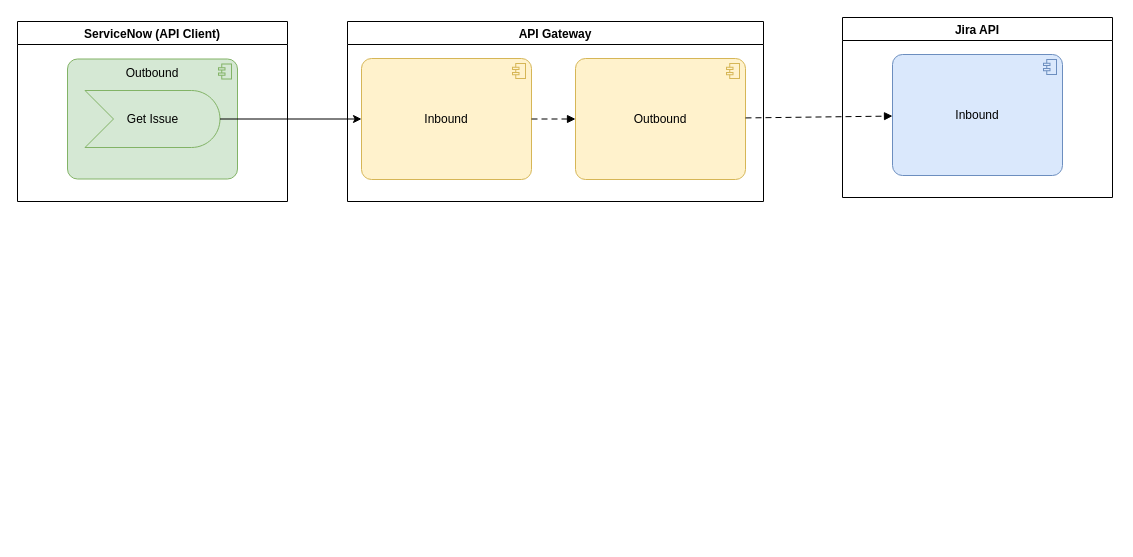
The draw.io diagram page "ApiGateway" (1 of 3) of Rossmann.drawio in algimas/tmp, before the edit. Source tidied: cells renumbered, new cells numbered last; positions are measured from the earlier drawing's top-left corner, leaving out a move shared by most shapes. Both pictures are drawn from the tidied source at 100%, with x=0, y=0 at pixel (17, 17).
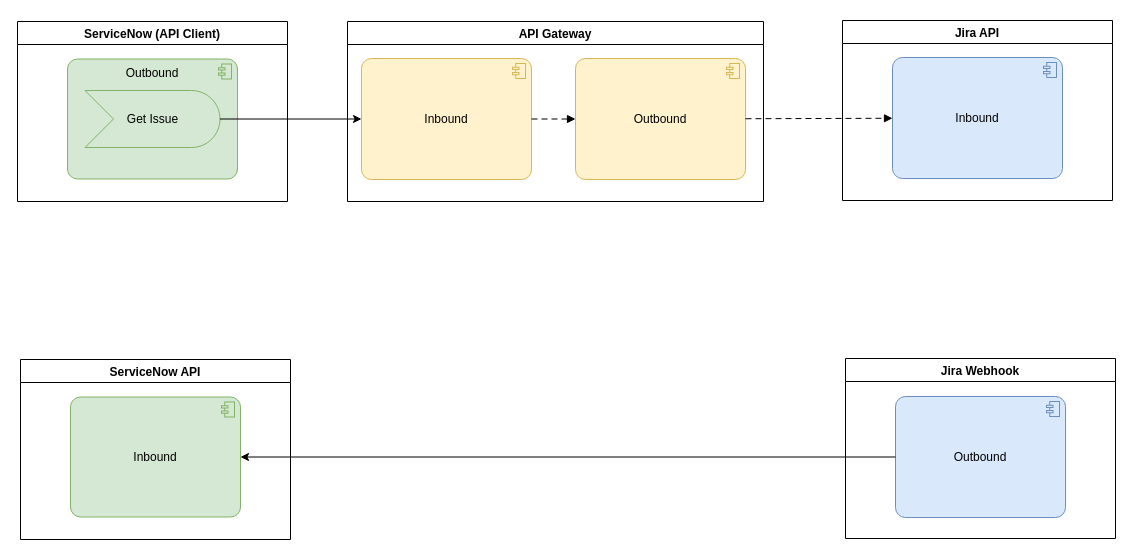
After the change.

Diff of the diagram source:
```diff
@@
 <mxGraphModel>
   <root>
     <mxCell id="0" />
     <mxCell id="1" parent="0" />
     <mxCell id="2" value="API Gateway" style="swimlane;" parent="1" vertex="1">
       <mxGeometry x="330" y="4" width="416" height="180" as="geometry" />
     </mxCell>
     <mxCell id="3" value="Inbound" style="html=1;outlineConnect=0;whiteSpace=wrap;fillColor=#fff2cc;shape=mxgraph.archimate3.application;appType=comp;archiType=rounded;strokeColor=#d6b656;verticalAlign=middle;fontStyle=0;" parent="2" vertex="1">
       <mxGeometry x="14" y="37" width="170" height="121" as="geometry" />
     </mxCell>
     <mxCell id="4" value="Outbound" style="html=1;outlineConnect=0;whiteSpace=wrap;fillColor=#fff2cc;shape=mxgraph.archimate3.application;appType=comp;archiType=rounded;strokeColor=#d6b656;verticalAlign=middle;fontStyle=0;" parent="2" vertex="1">
       <mxGeometry x="228" y="37" width="170" height="121" as="geometry" />
     </mxCell>
     <mxCell id="5" style="html=1;endArrow=block;dashed=1;elbow=vertical;endFill=1;dashPattern=6 4;rounded=0;fontSize=12;fontStyle=0;" parent="2" edge="1" source="3" target="4">
       <mxGeometry relative="1" as="geometry" />
     </mxCell>
     <mxCell id="6" value="ServiceNow (API Client)" style="swimlane;" parent="1" vertex="1">
       <mxGeometry y="4" width="270" height="180" as="geometry" />
     </mxCell>
     <mxCell id="7" value="Outbound" style="html=1;whiteSpace=wrap;fillColor=#d5e8d4;shape=mxgraph.archimate3.application;appType=comp;archiType=rounded;strokeColor=#82b366;verticalAlign=top;fontStyle=0;" parent="6" vertex="1">
       <mxGeometry x="50" y="37.5" width="170" height="120" as="geometry" />
     </mxCell>
     <mxCell id="8" value="Get Issue" style="html=1;outlineConnect=0;whiteSpace=wrap;fillColor=#d5e8d4;shape=mxgraph.archimate3.event;strokeColor=#82b366;fontStyle=0;" parent="6" vertex="1">
       <mxGeometry x="67.5" y="69" width="135" height="57" as="geometry" />
     </mxCell>
     <mxCell id="9" value="Jira API" style="swimlane;" parent="1" vertex="1">
-      <mxGeometry x="825" width="270" height="180" as="geometry" />
+      <mxGeometry x="825" y="3" width="270" height="180" as="geometry" />
     </mxCell>
     <mxCell id="10" value="Inbound" style="html=1;outlineConnect=0;whiteSpace=wrap;fillColor=#dae8fc;shape=mxgraph.archimate3.application;appType=comp;archiType=rounded;strokeColor=#6c8ebf;verticalAlign=middle;fontStyle=0;" parent="9" vertex="1">
       <mxGeometry x="50" y="37" width="170" height="121" as="geometry" />
     </mxCell>
     <mxCell id="11" style="edgeStyle=none;rounded=0;jettySize=auto;html=1;fontSize=6;fontStyle=0;" parent="1" edge="1" source="8" target="3">
       <mxGeometry relative="1" as="geometry" />
     </mxCell>
     <mxCell id="12" style="html=1;endArrow=block;dashed=1;elbow=vertical;endFill=1;dashPattern=6 4;rounded=0;fontSize=12;fontStyle=0;" parent="1" edge="1" source="4" target="10">
       <mxGeometry relative="1" as="geometry" />
     </mxCell>
+    <mxCell id="13" value="ServiceNow API" style="swimlane;" parent="1" vertex="1">
+      <mxGeometry x="3" y="342" width="270" height="180" as="geometry" />
+    </mxCell>
+    <mxCell id="14" value="Inbound" style="html=1;outlineConnect=0;whiteSpace=wrap;fillColor=#d5e8d4;shape=mxgraph.archimate3.application;appType=comp;archiType=rounded;strokeColor=#82b366;verticalAlign=middle;fontStyle=0;" parent="13" vertex="1">
+      <mxGeometry x="50" y="37.5" width="170" height="120" as="geometry" />
+    </mxCell>
+    <mxCell id="15" value="Jira Webhook" style="swimlane;" parent="1" vertex="1">
+      <mxGeometry x="828" y="341" width="270" height="180" as="geometry" />
+    </mxCell>
+    <mxCell id="16" value="Outbound" style="html=1;outlineConnect=0;whiteSpace=wrap;fillColor=#dae8fc;shape=mxgraph.archimate3.application;appType=comp;archiType=rounded;strokeColor=#6c8ebf;verticalAlign=middle;fontStyle=0;" parent="15" vertex="1">
+      <mxGeometry x="50" y="38" width="170" height="121" as="geometry" />
+    </mxCell>
+    <mxCell id="17" style="edgeStyle=none;rounded=0;jettySize=auto;html=1;fontSize=6;fontStyle=0;" parent="1" edge="1" source="16" target="14">
+      <mxGeometry relative="1" as="geometry" />
+    </mxCell>
   </root>
 </mxGraphModel>
```
